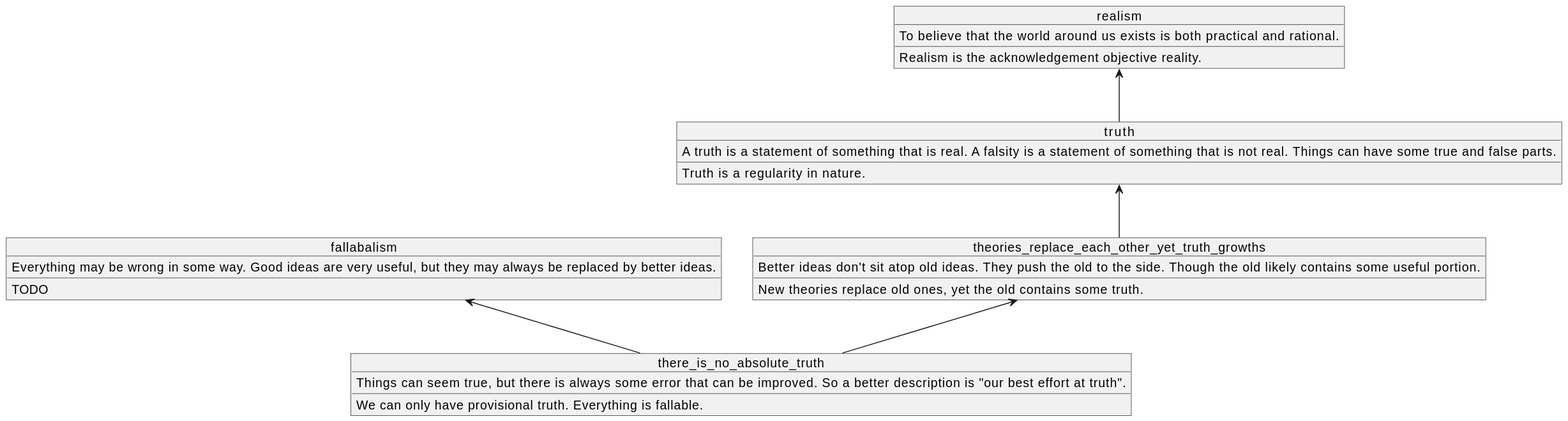
Before: docs/assets/images_quick_boi/bolq_diagram_there_is_no_absolute_truth/bolq_diagram_there_is_no_absolute_truth.svg, a diagram exported from PlantUML (ceramic-sf/ceramic-sf.github.io). Source of this version:
```plantuml
@startuml bolq_diagram_there_is_no_absolute_truth

object there_is_no_absolute_truth {
Things can seem true, but there is always some error that can be improved. So a better description is "our best effort at truth".
____
We can only have provisional truth. Everything is fallable.
}
fallabalism <-- there_is_no_absolute_truth
theories_replace_each_other_yet_truth_growths <-- there_is_no_absolute_truth

object fallabalism {
Everything may be wrong in some way. Good ideas are very useful, but they may always be replaced by better ideas.
____
TODO
}

object theories_replace_each_other_yet_truth_growths {
Better ideas don't sit atop old ideas. They push the old to the side. Though the old likely contains some useful portion.
____
New theories replace old ones, yet the old contains some truth.
}
truth <-- theories_replace_each_other_yet_truth_growths

object truth {
A truth is a statement of something that is real. A falsity is a statement of something that is not real. Things can have some true and false parts.
____
Truth is a regularity in nature.
}
realism <-- truth

object realism {
To believe that the world around us exists is both practical and rational.
____
Realism is the acknowledgement objective reality.
}
@enduml
```
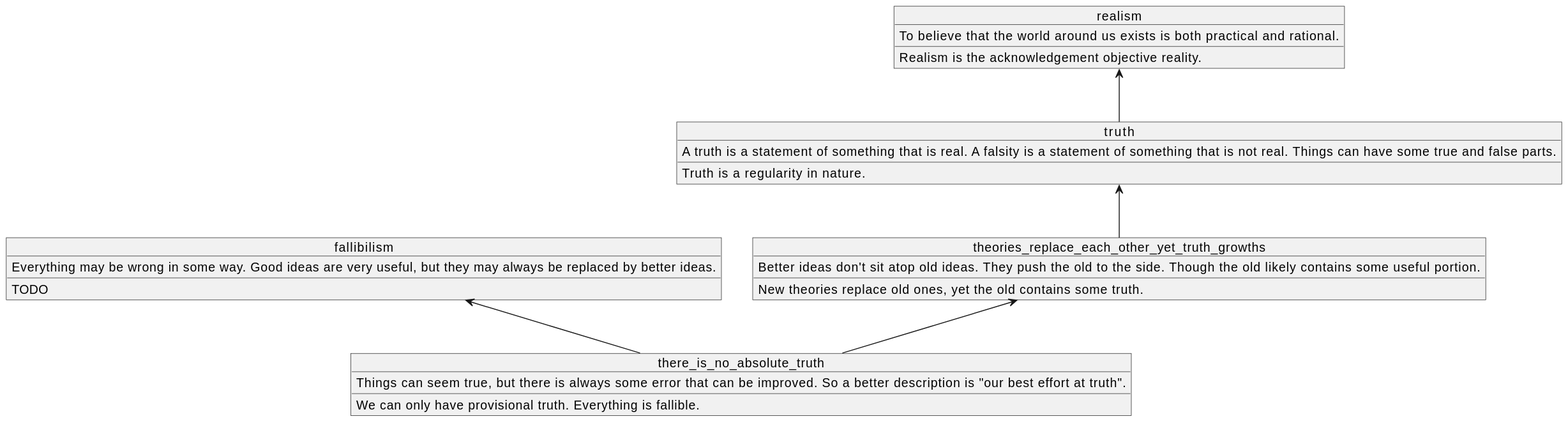
After the commit.

Diff of the diagram source:
```diff
@@ -3,12 +3,12 @@
 object there_is_no_absolute_truth {
 Things can seem true, but there is always some error that can be improved. So a better description is "our best effort at truth".
 ____
-We can only have provisional truth. Everything is fallable.
+We can only have provisional truth. Everything is fallible.
 }
-fallabalism <-- there_is_no_absolute_truth
+fallibilism <-- there_is_no_absolute_truth
 theories_replace_each_other_yet_truth_growths <-- there_is_no_absolute_truth
 
-object fallabalism {
+object fallibilism {
 Everything may be wrong in some way. Good ideas are very useful, but they may always be replaced by better ideas.
 ____
 TODO
```
